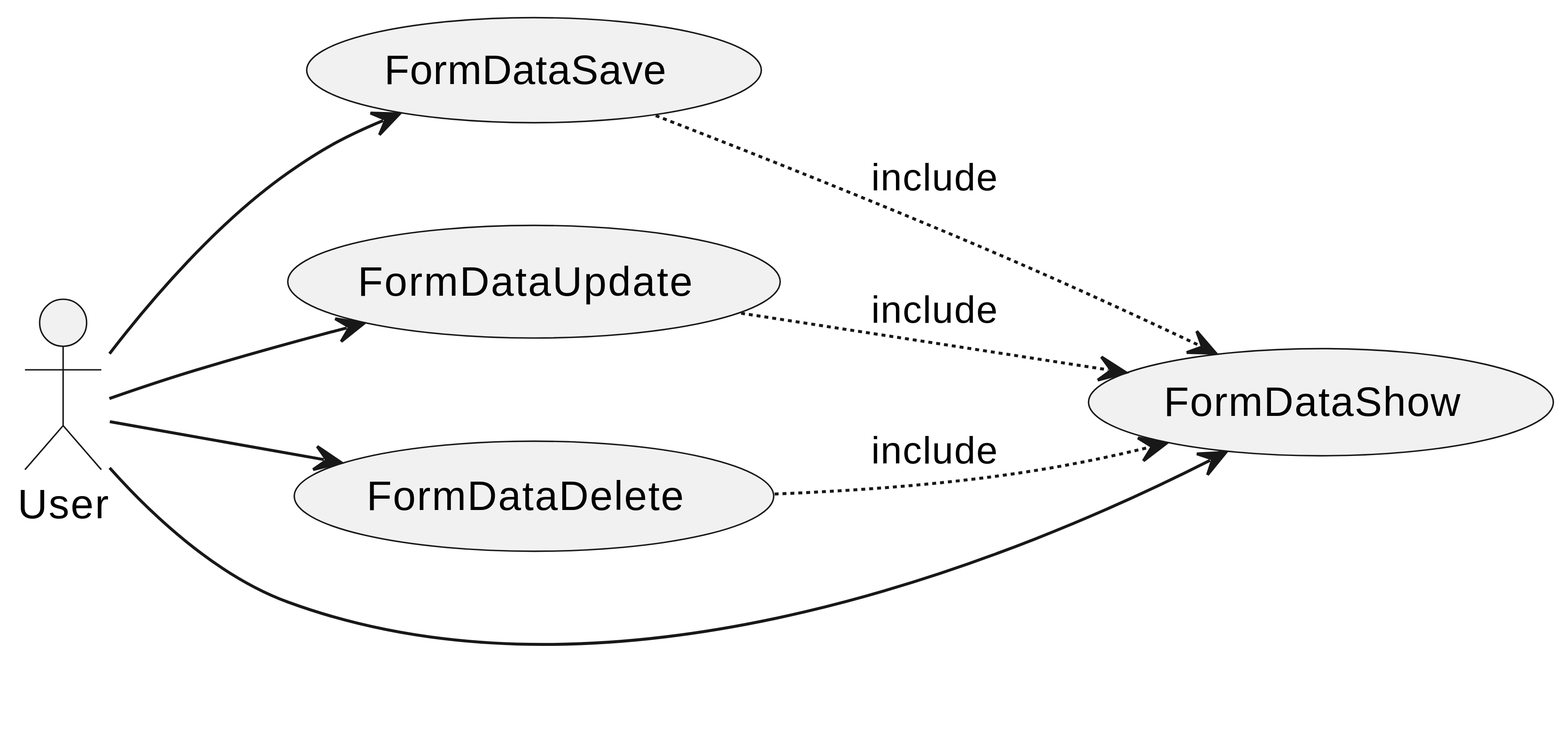
This is images/1-requeriments/1-actors-use-cases/user/form-data.svg from vfred0/form-builder-requirements, a PlantUML export, as it was before one commit.
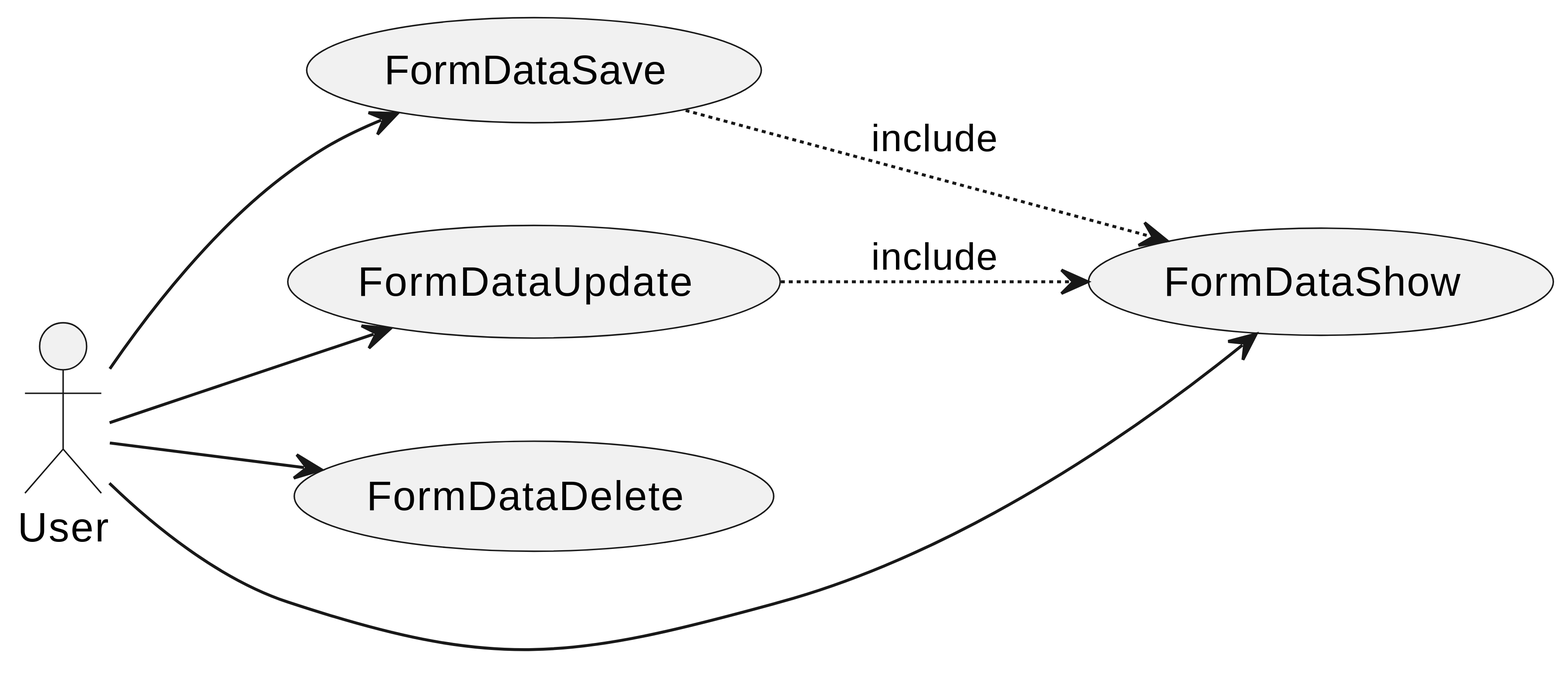
The same diagram one commit later.

Change to the diagram source:
```diff
@@ -10,5 +10,4 @@
 
 (FormDataSave) ..> (FormDataShow) : include
 (FormDataUpdate) ..> (FormDataShow) : include
-(FormDataDelete) ..> (FormDataShow) : include
 @enduml
```
